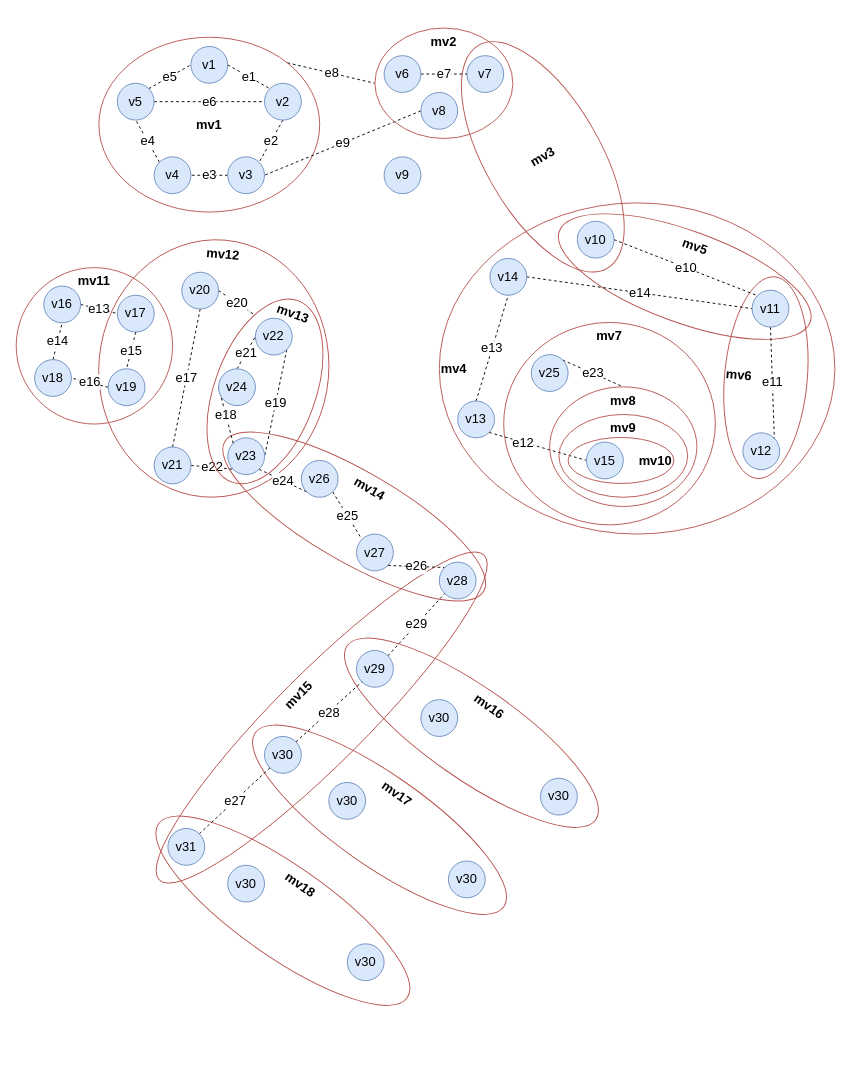
Above: Big metagraph.drawio in DMfananddu/MAG_Diploma (draw.io), before the change. Source tidied: cells renumbered, new cells numbered last; positions are measured from the earlier drawing's top-left corner, leaving out a move shared by most shapes. Both pictures are drawn from the tidied source at 92%, with x=0, y=0 at pixel (16, 28).
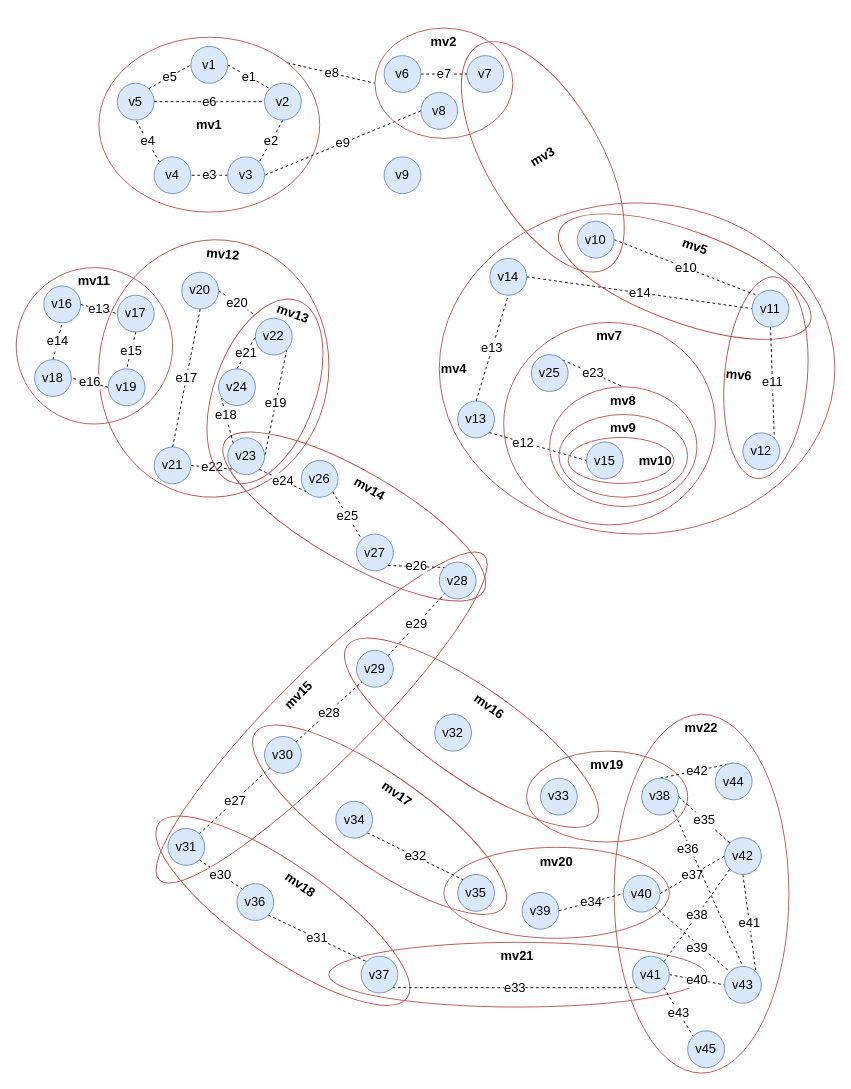
The same diagram, later.

The change refers to these unchanged cells:
```xml
<mxCell id="81" value="v31" style="ellipse;whiteSpace=wrap;html=1;fillColor=#dae8fc;strokeColor=#6c8ebf;fontSize=14;" parent="1" vertex="1">
  <mxGeometry x="165" y="870" width="40" height="40" as="geometry" />
</mxCell>
```

What changed in the source:
```diff
@@
+    <mxCell id="88" value="mv22" style="ellipse;whiteSpace=wrap;html=1;fillColor=none;strokeColor=#b85450;fontSize=14;fontStyle=1;verticalAlign=top;rotation=0;" parent="1" vertex="1">
+      <mxGeometry x="650" y="745.9" width="190" height="390" as="geometry" />
+    </mxCell>
+    <mxCell id="89" value="mv20" style="ellipse;whiteSpace=wrap;html=1;fillColor=none;strokeColor=#b85450;fontSize=14;fontStyle=1;verticalAlign=top;rotation=0;" parent="1" vertex="1">
+      <mxGeometry x="465" y="890.5" width="245" height="98.9" as="geometry" />
+    </mxCell>
+    <mxCell id="90" value="mv21" style="ellipse;whiteSpace=wrap;html=1;fillColor=none;strokeColor=#b85450;fontSize=14;fontStyle=1;verticalAlign=top;rotation=0;" parent="1" vertex="1">
+      <mxGeometry x="339.9" y="993.8" width="410" height="70.3" as="geometry" />
+    </mxCell>
+    <mxCell id="91" value="mv19" style="ellipse;whiteSpace=wrap;html=1;fillColor=none;strokeColor=#b85450;fontSize=14;fontStyle=1;verticalAlign=top;rotation=0;" parent="1" vertex="1">
+      <mxGeometry x="555" y="785.9" width="175" height="98.9" as="geometry" />
+    </mxCell>
@@
+    <mxCell id="92" value="e30" style="edgeStyle=none;rounded=0;jettySize=auto;html=1;exitX=1;exitY=1;exitDx=0;exitDy=0;entryX=0;entryY=0;entryDx=0;entryDy=0;dashed=1;fontSize=14;endArrow=none;endFill=0;" parent="1" edge="1" source="81" target="86">
+      <mxGeometry relative="1" as="geometry" />
+    </mxCell>
@@
-    <mxCell id="82" value="v30" style="ellipse;whiteSpace=wrap;html=1;fillColor=#dae8fc;strokeColor=#6c8ebf;fontSize=14;" parent="1" vertex="1">
-      <mxGeometry x="440" y="730" width="40" height="40" as="geometry" />
+    <mxCell id="82" value="v32" style="ellipse;whiteSpace=wrap;html=1;fillColor=#dae8fc;strokeColor=#6c8ebf;fontSize=14;" parent="1" vertex="1">
+      <mxGeometry x="455" y="745.9" width="40" height="40" as="geometry" />
     </mxCell>
-    <mxCell id="83" value="v30" style="ellipse;whiteSpace=wrap;html=1;fillColor=#dae8fc;strokeColor=#6c8ebf;fontSize=14;" parent="1" vertex="1">
+    <mxCell id="83" value="v33" style="ellipse;whiteSpace=wrap;html=1;fillColor=#dae8fc;strokeColor=#6c8ebf;fontSize=14;" parent="1" vertex="1">
       <mxGeometry x="570" y="815.4" width="40" height="40" as="geometry" />
     </mxCell>
+    <mxCell id="93" value="e32" style="edgeStyle=none;rounded=0;jettySize=auto;html=1;exitX=1;exitY=1;exitDx=0;exitDy=0;entryX=0;entryY=0;entryDx=0;entryDy=0;dashed=1;fontSize=14;endArrow=none;endFill=0;" parent="1" edge="1" source="84" target="85">
+      <mxGeometry relative="1" as="geometry" />
+    </mxCell>
-    <mxCell id="84" value="v30" style="ellipse;whiteSpace=wrap;html=1;fillColor=#dae8fc;strokeColor=#6c8ebf;fontSize=14;" parent="1" vertex="1">
-      <mxGeometry x="339.9" y="820" width="40" height="40" as="geometry" />
+    <mxCell id="84" value="v34" style="ellipse;whiteSpace=wrap;html=1;fillColor=#dae8fc;strokeColor=#6c8ebf;fontSize=14;" parent="1" vertex="1">
+      <mxGeometry x="347.5" y="840.5" width="40" height="40" as="geometry" />
     </mxCell>
-    <mxCell id="85" value="v30" style="ellipse;whiteSpace=wrap;html=1;fillColor=#dae8fc;strokeColor=#6c8ebf;fontSize=14;" parent="1" vertex="1">
-      <mxGeometry x="469.9" y="905.4" width="40" height="40" as="geometry" />
+    <mxCell id="85" value="v35" style="ellipse;whiteSpace=wrap;html=1;fillColor=#dae8fc;strokeColor=#6c8ebf;fontSize=14;" parent="1" vertex="1">
+      <mxGeometry x="480" y="920" width="40" height="40" as="geometry" />
     </mxCell>
+    <mxCell id="94" value="e31" style="edgeStyle=none;rounded=0;jettySize=auto;html=1;exitX=1;exitY=1;exitDx=0;exitDy=0;entryX=0;entryY=0;entryDx=0;entryDy=0;dashed=1;fontSize=14;endArrow=none;endFill=0;" parent="1" edge="1" source="86" target="87">
+      <mxGeometry relative="1" as="geometry" />
+    </mxCell>
-    <mxCell id="86" value="v30" style="ellipse;whiteSpace=wrap;html=1;fillColor=#dae8fc;strokeColor=#6c8ebf;fontSize=14;" parent="1" vertex="1">
-      <mxGeometry x="230" y="910" width="40" height="40" as="geometry" />
+    <mxCell id="86" value="v36" style="ellipse;whiteSpace=wrap;html=1;fillColor=#dae8fc;strokeColor=#6c8ebf;fontSize=14;" parent="1" vertex="1">
+      <mxGeometry x="240" y="930" width="40" height="40" as="geometry" />
     </mxCell>
+    <mxCell id="95" value="e33" style="edgeStyle=none;rounded=0;jettySize=auto;html=1;exitX=1;exitY=1;exitDx=0;exitDy=0;entryX=0;entryY=1;entryDx=0;entryDy=0;dashed=1;fontSize=14;endArrow=none;endFill=0;" parent="1" edge="1" source="87" target="99">
+      <mxGeometry relative="1" as="geometry" />
+    </mxCell>
-    <mxCell id="87" value="v30" style="ellipse;whiteSpace=wrap;html=1;fillColor=#dae8fc;strokeColor=#6c8ebf;fontSize=14;" parent="1" vertex="1">
-      <mxGeometry x="360" y="995.4" width="40" height="40" as="geometry" />
+    <mxCell id="87" value="v37" style="ellipse;whiteSpace=wrap;html=1;fillColor=#dae8fc;strokeColor=#6c8ebf;fontSize=14;" parent="1" vertex="1">
+      <mxGeometry x="375" y="1008.9" width="40" height="40" as="geometry" />
     </mxCell>
+    <mxCell id="96" value="e40" style="edgeStyle=none;rounded=0;jettySize=auto;html=1;exitX=1;exitY=0.5;exitDx=0;exitDy=0;entryX=0;entryY=0.5;entryDx=0;entryDy=0;dashed=1;fontSize=14;endArrow=none;endFill=0;" parent="1" edge="1" source="99" target="111">
+      <mxGeometry relative="1" as="geometry" />
+    </mxCell>
+    <mxCell id="97" value="e38" style="edgeStyle=none;rounded=0;jettySize=auto;html=1;exitX=1;exitY=0;exitDx=0;exitDy=0;entryX=0;entryY=1;entryDx=0;entryDy=0;dashed=1;fontSize=14;endArrow=none;endFill=0;" parent="1" edge="1" source="99" target="110">
+      <mxGeometry relative="1" as="geometry" />
+    </mxCell>
+    <mxCell id="98" value="e43" style="edgeStyle=none;rounded=0;jettySize=auto;html=1;exitX=1;exitY=1;exitDx=0;exitDy=0;entryX=0;entryY=0;entryDx=0;entryDy=0;dashed=1;fontSize=14;endArrow=none;endFill=0;" parent="1" edge="1" source="99" target="113">
+      <mxGeometry relative="1" as="geometry" />
+    </mxCell>
+    <mxCell id="99" value="v41" style="ellipse;whiteSpace=wrap;html=1;fillColor=#dae8fc;strokeColor=#6c8ebf;fontSize=14;" parent="1" vertex="1">
+      <mxGeometry x="670" y="1008.9" width="40" height="40" as="geometry" />
+    </mxCell>
+    <mxCell id="100" value="e37" style="edgeStyle=none;rounded=0;jettySize=auto;html=1;exitX=1;exitY=0.5;exitDx=0;exitDy=0;entryX=0;entryY=0.5;entryDx=0;entryDy=0;dashed=1;fontSize=14;endArrow=none;endFill=0;" parent="1" edge="1" source="102" target="110">
+      <mxGeometry relative="1" as="geometry" />
+    </mxCell>
+    <mxCell id="101" value="e39" style="edgeStyle=none;rounded=0;jettySize=auto;html=1;exitX=1;exitY=1;exitDx=0;exitDy=0;entryX=0;entryY=0;entryDx=0;entryDy=0;dashed=1;fontSize=14;endArrow=none;endFill=0;" parent="1" edge="1" source="102" target="111">
+      <mxGeometry x="0.19" y="-4" relative="1" as="geometry" />
+    </mxCell>
+    <mxCell id="102" value="v40" style="ellipse;whiteSpace=wrap;html=1;fillColor=#dae8fc;strokeColor=#6c8ebf;fontSize=14;" parent="1" vertex="1">
+      <mxGeometry x="659.9" y="920.9" width="40" height="40" as="geometry" />
+    </mxCell>
+    <mxCell id="103" value="e35" style="edgeStyle=none;rounded=0;jettySize=auto;html=1;exitX=1;exitY=0.5;exitDx=0;exitDy=0;entryX=0;entryY=0;entryDx=0;entryDy=0;dashed=1;fontSize=14;endArrow=none;endFill=0;" parent="1" edge="1" source="106" target="110">
+      <mxGeometry relative="1" as="geometry" />
+    </mxCell>
+    <mxCell id="104" value="e36" style="edgeStyle=none;rounded=0;jettySize=auto;html=1;exitX=1;exitY=1;exitDx=0;exitDy=0;entryX=0.5;entryY=0;entryDx=0;entryDy=0;dashed=1;fontSize=14;endArrow=none;endFill=0;" parent="1" edge="1" source="106" target="111">
+      <mxGeometry x="-0.53" y="-2" relative="1" as="geometry">
+        <mxPoint y="1" as="offset" />
+      </mxGeometry>
+    </mxCell>
+    <mxCell id="105" value="e42" style="edgeStyle=none;rounded=0;jettySize=auto;html=1;exitX=0.5;exitY=0;exitDx=0;exitDy=0;entryX=0.5;entryY=0;entryDx=0;entryDy=0;dashed=1;fontSize=14;endArrow=none;endFill=0;" parent="1" edge="1" source="106" target="112">
+      <mxGeometry relative="1" as="geometry" />
+    </mxCell>
+    <mxCell id="106" value="v38" style="ellipse;whiteSpace=wrap;html=1;fillColor=#dae8fc;strokeColor=#6c8ebf;fontSize=14;" parent="1" vertex="1">
+      <mxGeometry x="680" y="815.4" width="40" height="40" as="geometry" />
+    </mxCell>
+    <mxCell id="107" value="e34" style="edgeStyle=none;rounded=0;jettySize=auto;html=1;exitX=1;exitY=0.5;exitDx=0;exitDy=0;entryX=0;entryY=0.5;entryDx=0;entryDy=0;dashed=1;fontSize=14;endArrow=none;endFill=0;" parent="1" edge="1" source="108" target="102">
+      <mxGeometry relative="1" as="geometry" />
+    </mxCell>
+    <mxCell id="108" value="v39" style="ellipse;whiteSpace=wrap;html=1;fillColor=#dae8fc;strokeColor=#6c8ebf;fontSize=14;" parent="1" vertex="1">
+      <mxGeometry x="550" y="939.5" width="40" height="40" as="geometry" />
+    </mxCell>
+    <mxCell id="109" value="e41" style="edgeStyle=none;rounded=0;jettySize=auto;html=1;exitX=0.5;exitY=1;exitDx=0;exitDy=0;entryX=1;entryY=0;entryDx=0;entryDy=0;dashed=1;fontSize=14;endArrow=none;endFill=0;" parent="1" edge="1" source="110" target="111">
+      <mxGeometry relative="1" as="geometry" />
+    </mxCell>
+    <mxCell id="110" value="v42" style="ellipse;whiteSpace=wrap;html=1;fillColor=#dae8fc;strokeColor=#6c8ebf;fontSize=14;" parent="1" vertex="1">
+      <mxGeometry x="770" y="880" width="40" height="40" as="geometry" />
+    </mxCell>
+    <mxCell id="111" value="v43" style="ellipse;whiteSpace=wrap;html=1;fillColor=#dae8fc;strokeColor=#6c8ebf;fontSize=14;" parent="1" vertex="1">
+      <mxGeometry x="770" y="1020" width="40" height="40" as="geometry" />
+    </mxCell>
+    <mxCell id="112" value="v44" style="ellipse;whiteSpace=wrap;html=1;fillColor=#dae8fc;strokeColor=#6c8ebf;fontSize=14;" parent="1" vertex="1">
+      <mxGeometry x="760" y="798.9" width="40" height="40" as="geometry" />
+    </mxCell>
+    <mxCell id="113" value="v45" style="ellipse;whiteSpace=wrap;html=1;fillColor=#dae8fc;strokeColor=#6c8ebf;fontSize=14;" parent="1" vertex="1">
+      <mxGeometry x="730" y="1090" width="40" height="40" as="geometry" />
+    </mxCell>
```
